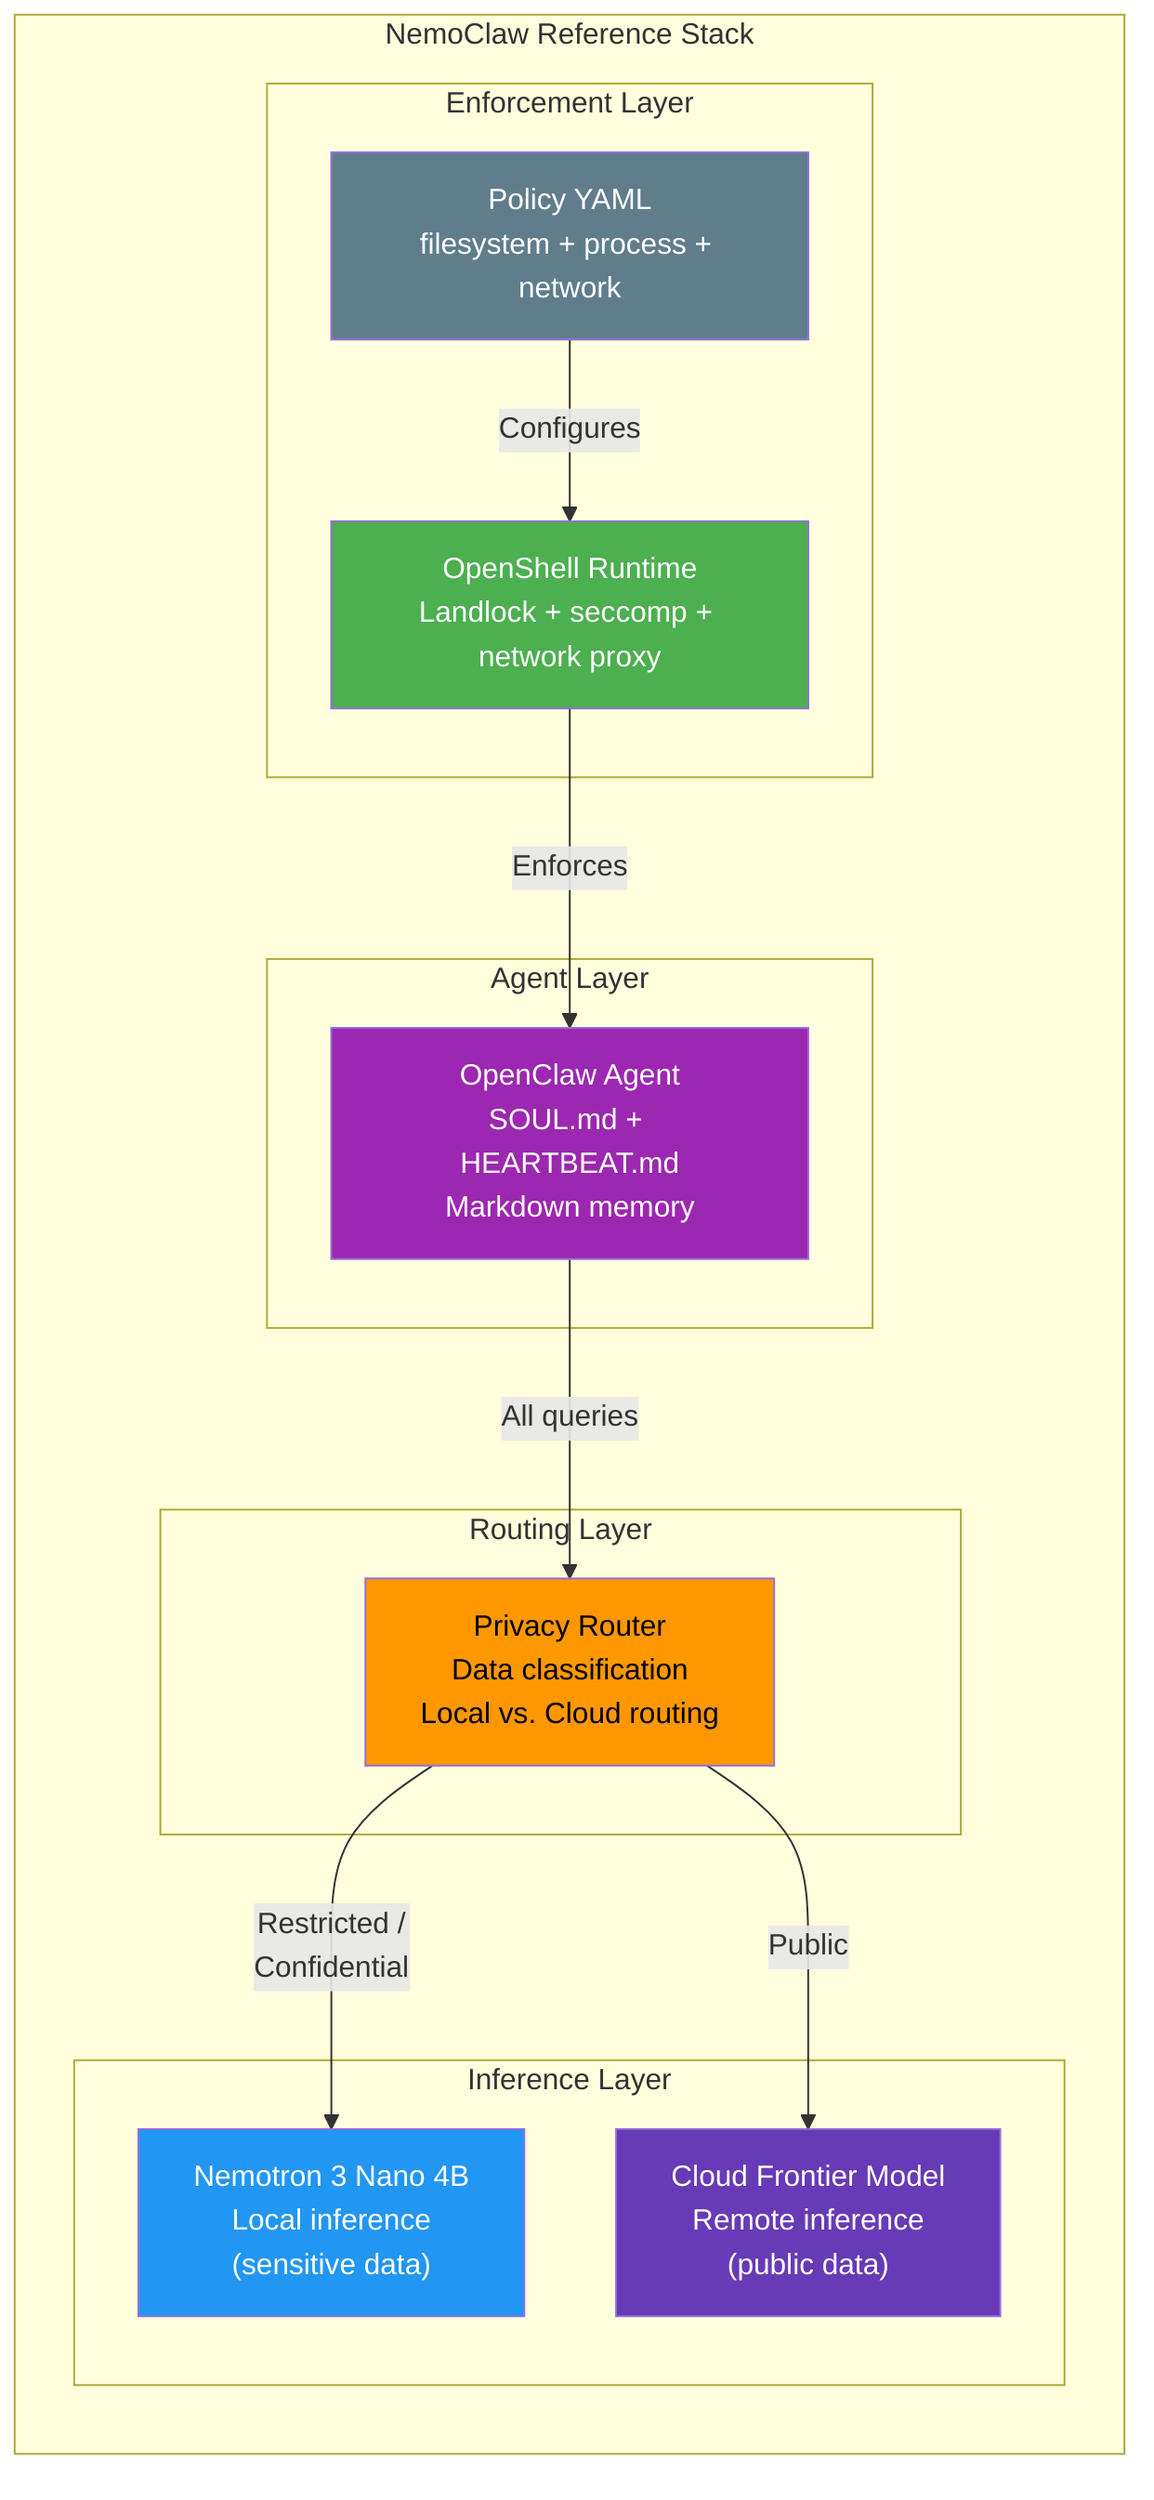
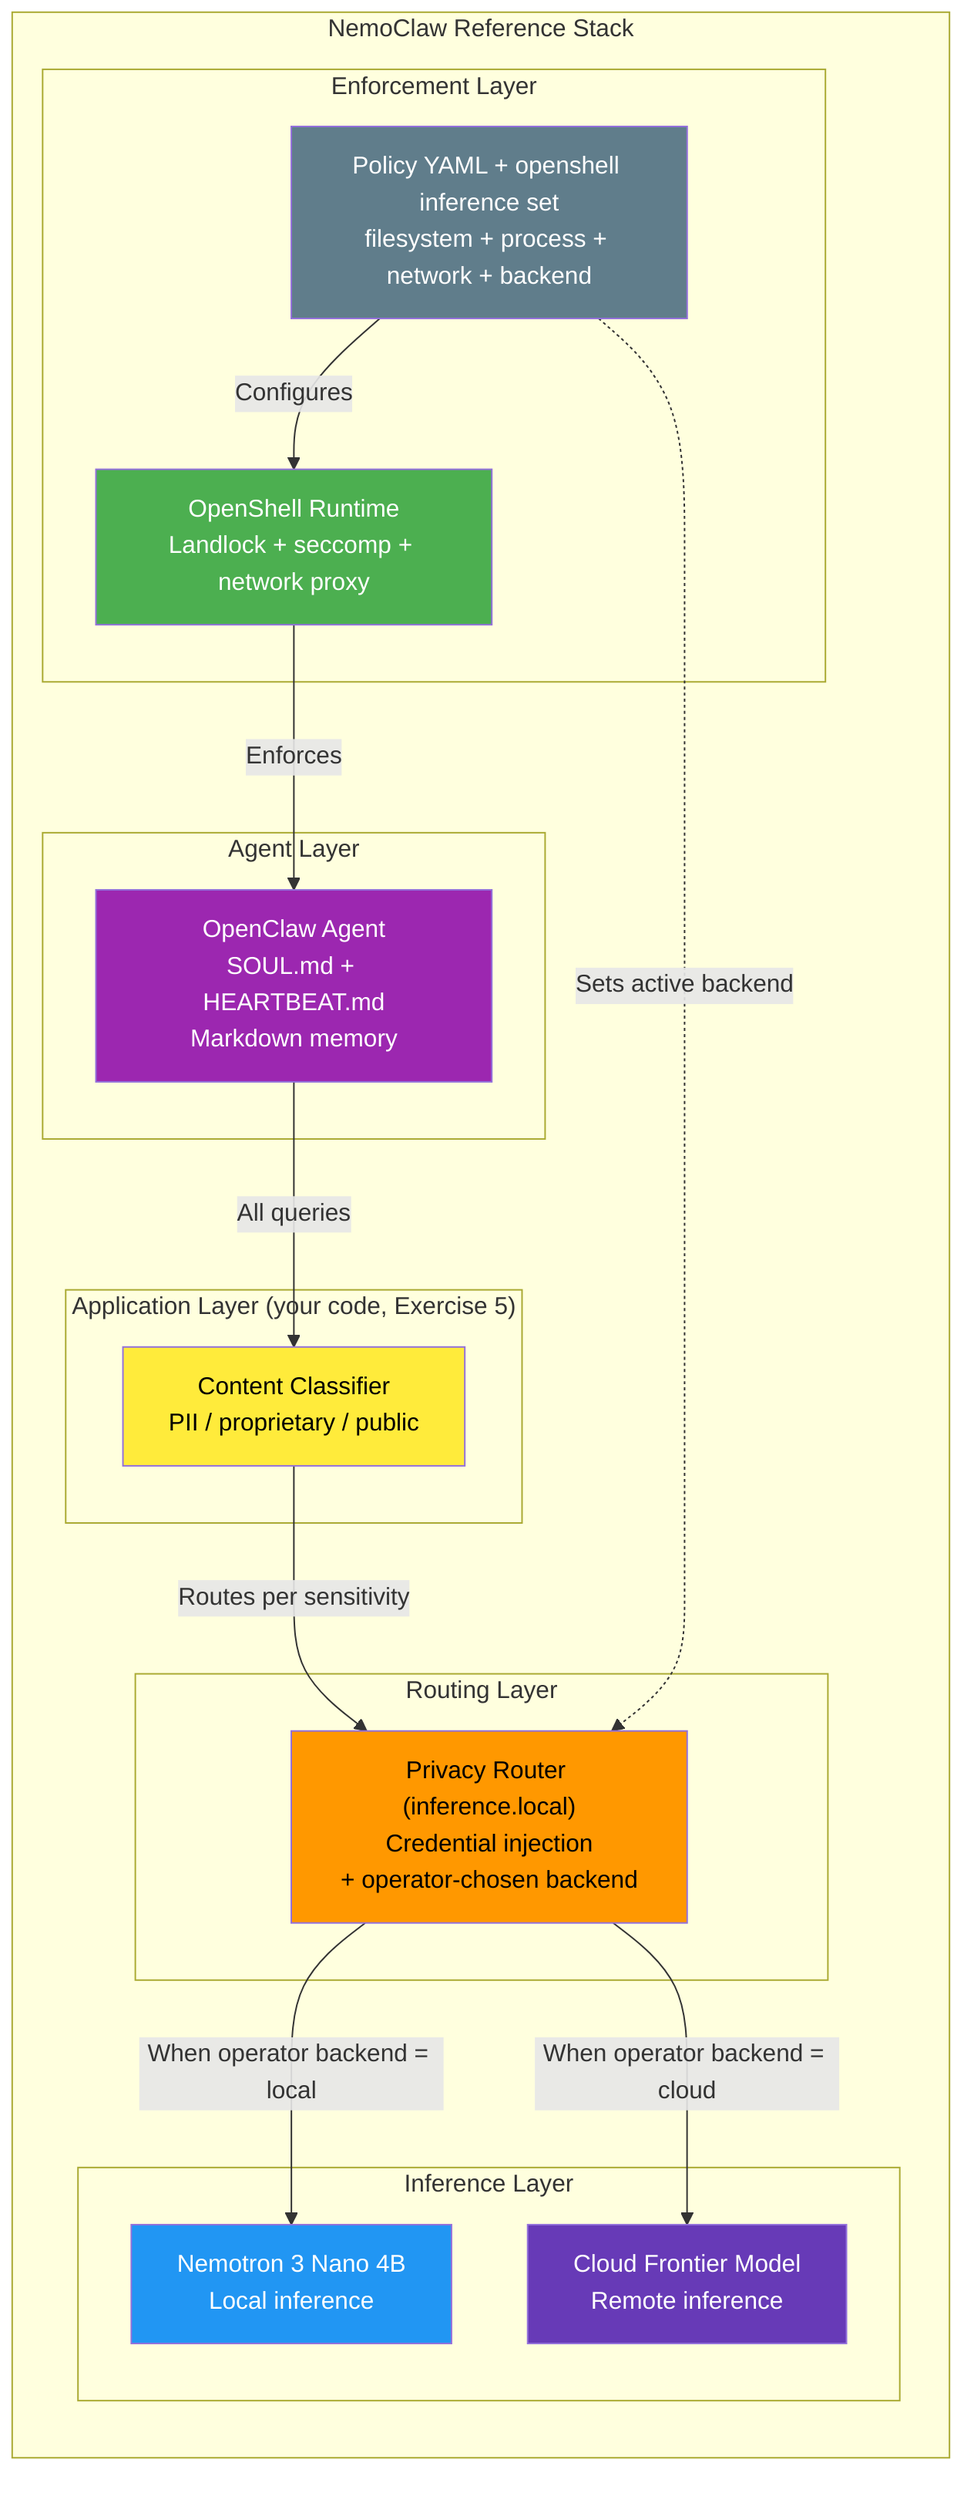
graph TB
    subgraph "NemoClaw Reference Stack"
        direction TB

        subgraph "Agent Layer"
            OC["OpenClaw Agent<br/>SOUL.md + HEARTBEAT.md<br/>Markdown memory"]
        end

+         subgraph "Application Layer (your code, Exercise 5)"
+             CL["Content Classifier<br/>PII / proprietary / public"]
+         end
+ 
        subgraph "Routing Layer"
-             PR["Privacy Router<br/>Data classification<br/>Local vs. Cloud routing"]
+             PR["Privacy Router (inference.local)<br/>Credential injection<br/>+ operator-chosen backend"]
        end

        subgraph "Inference Layer"
-             NEM["Nemotron 3 Nano 4B<br/>Local inference<br/>(sensitive data)"]
-             CLOUD["Cloud Frontier Model<br/>Remote inference<br/>(public data)"]
+             NEM["Nemotron 3 Nano 4B<br/>Local inference"]
+             CLOUD["Cloud Frontier Model<br/>Remote inference"]
        end

        subgraph "Enforcement Layer"
            OS["OpenShell Runtime<br/>Landlock + seccomp + network proxy"]
-             POL["Policy YAML<br/>filesystem + process + network"]
+             POL["Policy YAML + openshell inference set<br/>filesystem + process + network + backend"]
        end
    end

-     OC -->|"All queries"| PR
-     PR -->|"Restricted /<br/>Confidential"| NEM
-     PR -->|"Public"| CLOUD
+     OC -->|"All queries"| CL
+     CL -->|"Routes per sensitivity"| PR
+     PR -->|"When operator backend = local"| NEM
+     PR -->|"When operator backend = cloud"| CLOUD
    OS -->|"Enforces"| OC
    POL -->|"Configures"| OS
+     POL -.->|"Sets active backend"| PR

    style OC fill:#9c27b0,color:#fff
+     style CL fill:#ffeb3b,color:#000
    style PR fill:#ff9800,color:#000
    style NEM fill:#2196f3,color:#fff
    style CLOUD fill:#673ab7,color:#fff
    style OS fill:#4caf50,color:#fff
    style POL fill:#607d8b,color:#fff
